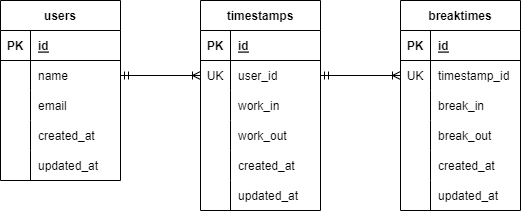
The draw.io diagram src/.drawio.png in yoshikiakazawa/atte_practice, before a commit. Source tidied: cells renumbered, new cells last; positions are measured from the earlier drawing's top-left corner, leaving out a move shared by most shapes.
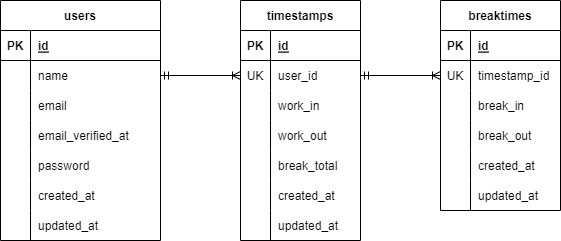
After the change.

The edit, as a diff of the source:
```diff
@@ -3,7 +3,7 @@
     <mxCell id="0" />
     <mxCell id="1" parent="0" />
     <mxCell id="2" value="timestamps" style="shape=table;startSize=30;rowLines=0;fontStyle=1;align=center;" parent="1" vertex="1">
-      <mxGeometry x="200" width="120" height="210" as="geometry" />
+      <mxGeometry x="200" width="120" height="240" as="geometry" />
     </mxCell>
     <mxCell id="3" style="shape=tableRow;horizontal=0;startSize=0;swimlaneHead=0;swimlaneBody=0;fillColor=none;top=0;left=0;right=0;bottom=1;" parent="2" vertex="1">
       <mxGeometry y="30" width="120" height="30" as="geometry" />
@@ -47,7 +47,7 @@
     <mxCell id="16" style="shape=partialRectangle;fillColor=none;top=0;left=0;bottom=0;right=0;overflow=hidden;" parent="15" vertex="1">
       <mxGeometry width="30" height="30" as="geometry" />
     </mxCell>
-    <mxCell id="17" value="created_at" style="shape=partialRectangle;fillColor=none;top=0;left=0;bottom=0;right=0;align=left;spacingLeft=6;overflow=hidden;" parent="15" vertex="1">
+    <mxCell id="17" value="break_total" style="shape=partialRectangle;fillColor=none;top=0;left=0;bottom=0;right=0;align=left;spacingLeft=6;overflow=hidden;" parent="15" vertex="1">
       <mxGeometry x="30" width="90" height="30" as="geometry" />
     </mxCell>
     <mxCell id="18" style="shape=tableRow;horizontal=0;startSize=0;swimlaneHead=0;swimlaneBody=0;fillColor=none;top=0;left=0;right=0;bottom=0;" parent="2" vertex="1">
@@ -56,57 +56,84 @@
     <mxCell id="19" style="shape=partialRectangle;fillColor=none;top=0;left=0;bottom=0;right=0;overflow=hidden;" parent="18" vertex="1">
       <mxGeometry width="30" height="30" as="geometry" />
     </mxCell>
-    <mxCell id="20" value="updated_at" style="shape=partialRectangle;fillColor=none;top=0;left=0;bottom=0;right=0;align=left;spacingLeft=6;overflow=hidden;" parent="18" vertex="1">
+    <mxCell id="20" value="created_at" style="shape=partialRectangle;fillColor=none;top=0;left=0;bottom=0;right=0;align=left;spacingLeft=6;overflow=hidden;" parent="18" vertex="1">
       <mxGeometry x="30" width="90" height="30" as="geometry" />
     </mxCell>
+    <mxCell id="58" style="shape=tableRow;horizontal=0;startSize=0;swimlaneHead=0;swimlaneBody=0;fillColor=none;top=0;left=0;right=0;bottom=0;" parent="2" vertex="1">
+      <mxGeometry y="210" width="120" height="30" as="geometry" />
+    </mxCell>
+    <mxCell id="59" style="shape=partialRectangle;fillColor=none;top=0;left=0;bottom=0;right=0;overflow=hidden;" parent="58" vertex="1">
+      <mxGeometry width="30" height="30" as="geometry" />
+    </mxCell>
+    <mxCell id="60" value="updated_at" style="shape=partialRectangle;fillColor=none;top=0;left=0;bottom=0;right=0;align=left;spacingLeft=6;overflow=hidden;" parent="58" vertex="1">
+      <mxGeometry x="30" width="90" height="30" as="geometry" />
+    </mxCell>
     <mxCell id="21" value="users" style="shape=table;startSize=30;rowLines=0;fontStyle=1;align=center;" parent="1" vertex="1">
-      <mxGeometry width="120" height="180" as="geometry" />
+      <mxGeometry x="-40" width="160" height="240" as="geometry" />
     </mxCell>
     <mxCell id="22" style="shape=tableRow;horizontal=0;startSize=0;swimlaneHead=0;swimlaneBody=0;fillColor=none;top=0;left=0;right=0;bottom=1;" parent="21" vertex="1">
-      <mxGeometry y="30" width="120" height="30" as="geometry" />
+      <mxGeometry y="30" width="160" height="30" as="geometry" />
     </mxCell>
     <mxCell id="23" value="PK" style="shape=partialRectangle;fillColor=none;top=0;left=0;bottom=0;right=0;fontStyle=1;overflow=hidden;" parent="22" vertex="1">
       <mxGeometry width="30" height="30" as="geometry" />
     </mxCell>
     <mxCell id="24" value="id" style="shape=partialRectangle;fillColor=none;top=0;left=0;bottom=0;right=0;align=left;spacingLeft=6;fontStyle=5;overflow=hidden;" parent="22" vertex="1">
-      <mxGeometry x="30" width="90" height="30" as="geometry" />
+      <mxGeometry x="30" width="130" height="30" as="geometry" />
     </mxCell>
     <mxCell id="25" style="shape=tableRow;horizontal=0;startSize=0;swimlaneHead=0;swimlaneBody=0;fillColor=none;points=[[0,0.5],[1,0.5]];portConstraint=eastwest;top=0;left=0;right=0;bottom=0;" parent="21" vertex="1">
-      <mxGeometry y="60" width="120" height="30" as="geometry" />
+      <mxGeometry y="60" width="160" height="30" as="geometry" />
     </mxCell>
     <mxCell id="26" style="shape=partialRectangle;fillColor=none;top=0;left=0;bottom=0;right=0;overflow=hidden;" parent="25" vertex="1">
       <mxGeometry width="30" height="30" as="geometry" />
     </mxCell>
     <mxCell id="27" value="name" style="shape=partialRectangle;fillColor=none;top=0;left=0;bottom=0;right=0;align=left;spacingLeft=6;overflow=hidden;" parent="25" vertex="1">
-      <mxGeometry x="30" width="90" height="30" as="geometry" />
+      <mxGeometry x="30" width="130" height="30" as="geometry" />
     </mxCell>
     <mxCell id="28" style="shape=tableRow;horizontal=0;startSize=0;swimlaneHead=0;swimlaneBody=0;fillColor=none;top=0;left=0;right=0;bottom=0;" parent="21" vertex="1">
-      <mxGeometry y="90" width="120" height="30" as="geometry" />
+      <mxGeometry y="90" width="160" height="30" as="geometry" />
     </mxCell>
     <mxCell id="29" style="shape=partialRectangle;fillColor=none;top=0;left=0;bottom=0;right=0;overflow=hidden;" parent="28" vertex="1">
       <mxGeometry width="30" height="30" as="geometry" />
     </mxCell>
     <mxCell id="30" value="email" style="shape=partialRectangle;fillColor=none;top=0;left=0;bottom=0;right=0;align=left;spacingLeft=6;overflow=hidden;" parent="28" vertex="1">
-      <mxGeometry x="30" width="90" height="30" as="geometry" />
+      <mxGeometry x="30" width="130" height="30" as="geometry" />
     </mxCell>
     <mxCell id="31" style="shape=tableRow;horizontal=0;startSize=0;swimlaneHead=0;swimlaneBody=0;fillColor=none;top=0;left=0;right=0;bottom=0;" parent="21" vertex="1">
-      <mxGeometry y="120" width="120" height="30" as="geometry" />
+      <mxGeometry y="120" width="160" height="30" as="geometry" />
     </mxCell>
     <mxCell id="32" style="shape=partialRectangle;fillColor=none;top=0;left=0;bottom=0;right=0;overflow=hidden;" parent="31" vertex="1">
       <mxGeometry width="30" height="30" as="geometry" />
     </mxCell>
-    <mxCell id="33" value="created_at" style="shape=partialRectangle;fillColor=none;top=0;left=0;bottom=0;right=0;align=left;spacingLeft=6;overflow=hidden;" parent="31" vertex="1">
-      <mxGeometry x="30" width="90" height="30" as="geometry" />
+    <mxCell id="33" value="email_verified_at" style="shape=partialRectangle;fillColor=none;top=0;left=0;bottom=0;right=0;align=left;spacingLeft=6;overflow=hidden;" parent="31" vertex="1">
+      <mxGeometry x="30" width="130" height="30" as="geometry" />
     </mxCell>
     <mxCell id="34" style="shape=tableRow;horizontal=0;startSize=0;swimlaneHead=0;swimlaneBody=0;fillColor=none;top=0;left=0;right=0;bottom=0;" parent="21" vertex="1">
-      <mxGeometry y="150" width="120" height="30" as="geometry" />
+      <mxGeometry y="150" width="160" height="30" as="geometry" />
     </mxCell>
     <mxCell id="35" style="shape=partialRectangle;fillColor=none;top=0;left=0;bottom=0;right=0;overflow=hidden;" parent="34" vertex="1">
       <mxGeometry width="30" height="30" as="geometry" />
     </mxCell>
-    <mxCell id="36" value="updated_at" style="shape=partialRectangle;fillColor=none;top=0;left=0;bottom=0;right=0;align=left;spacingLeft=6;overflow=hidden;" parent="34" vertex="1">
-      <mxGeometry x="30" width="90" height="30" as="geometry" />
+    <mxCell id="36" value="password" style="shape=partialRectangle;fillColor=none;top=0;left=0;bottom=0;right=0;align=left;spacingLeft=6;overflow=hidden;" parent="34" vertex="1">
+      <mxGeometry x="30" width="130" height="30" as="geometry" />
     </mxCell>
+    <mxCell id="61" style="shape=tableRow;horizontal=0;startSize=0;swimlaneHead=0;swimlaneBody=0;fillColor=none;top=0;left=0;right=0;bottom=0;" parent="21" vertex="1">
+      <mxGeometry y="180" width="160" height="30" as="geometry" />
+    </mxCell>
+    <mxCell id="62" style="shape=partialRectangle;fillColor=none;top=0;left=0;bottom=0;right=0;overflow=hidden;" parent="61" vertex="1">
+      <mxGeometry width="30" height="30" as="geometry" />
+    </mxCell>
+    <mxCell id="63" value="created_at" style="shape=partialRectangle;fillColor=none;top=0;left=0;bottom=0;right=0;align=left;spacingLeft=6;overflow=hidden;" parent="61" vertex="1">
+      <mxGeometry x="30" width="130" height="30" as="geometry" />
+    </mxCell>
+    <mxCell id="64" style="shape=tableRow;horizontal=0;startSize=0;swimlaneHead=0;swimlaneBody=0;fillColor=none;top=0;left=0;right=0;bottom=0;" parent="21" vertex="1">
+      <mxGeometry y="210" width="160" height="30" as="geometry" />
+    </mxCell>
+    <mxCell id="65" style="shape=partialRectangle;fillColor=none;top=0;left=0;bottom=0;right=0;overflow=hidden;" parent="64" vertex="1">
+      <mxGeometry width="30" height="30" as="geometry" />
+    </mxCell>
+    <mxCell id="66" value="updated_at" style="shape=partialRectangle;fillColor=none;top=0;left=0;bottom=0;right=0;align=left;spacingLeft=6;overflow=hidden;" parent="64" vertex="1">
+      <mxGeometry x="30" width="130" height="30" as="geometry" />
+    </mxCell>
     <mxCell id="37" style="edgeStyle=none;html=1;entryX=1;entryY=0.5;entryDx=0;entryDy=0;startArrow=ERoneToMany;startFill=0;endArrow=ERmandOne;endFill=0;exitX=0;exitY=0.5;exitDx=0;exitDy=0;" parent="1" edge="1" source="6" target="25">
       <mxGeometry relative="1" as="geometry" />
     </mxCell>
```
